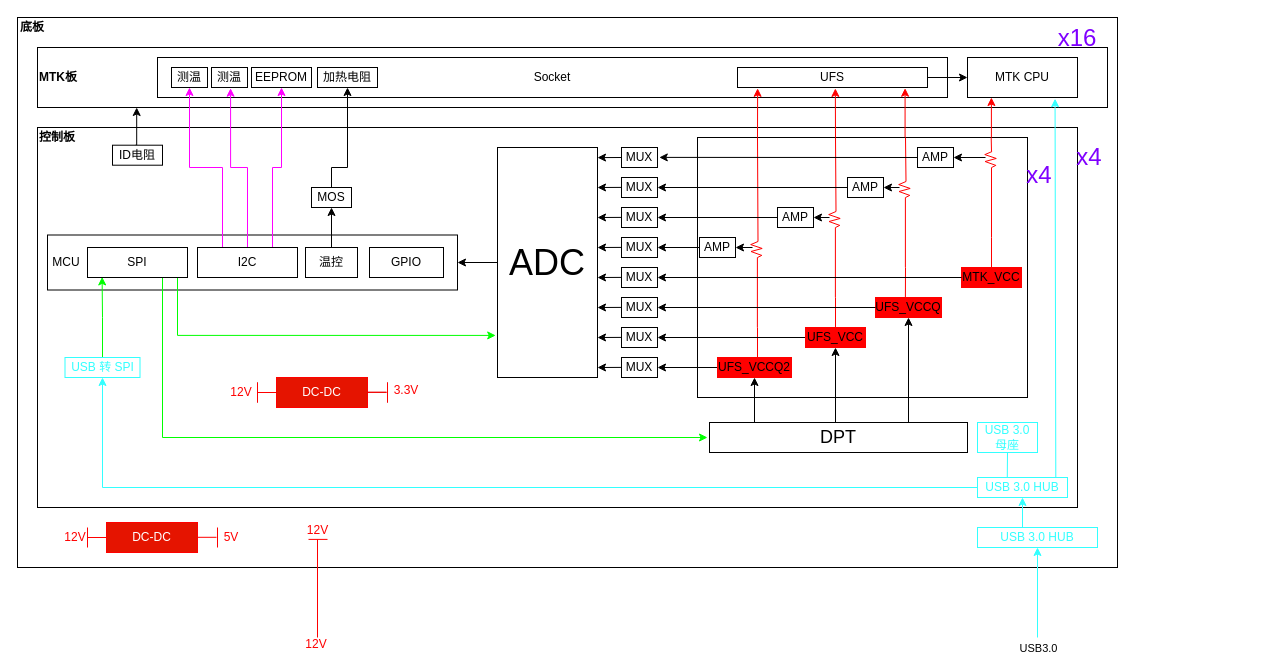
Above: draw.io/Untitled Diagram.drawio in 8f67ded9/draw.io (draw.io), before the change. Source tidied: cells renumbered, new cells numbered last; positions are measured from the earlier drawing's top-left corner, leaving out a move shared by most shapes. Both pictures are drawn from the tidied source at 100%, with x=0, y=0 at pixel (17, 17).
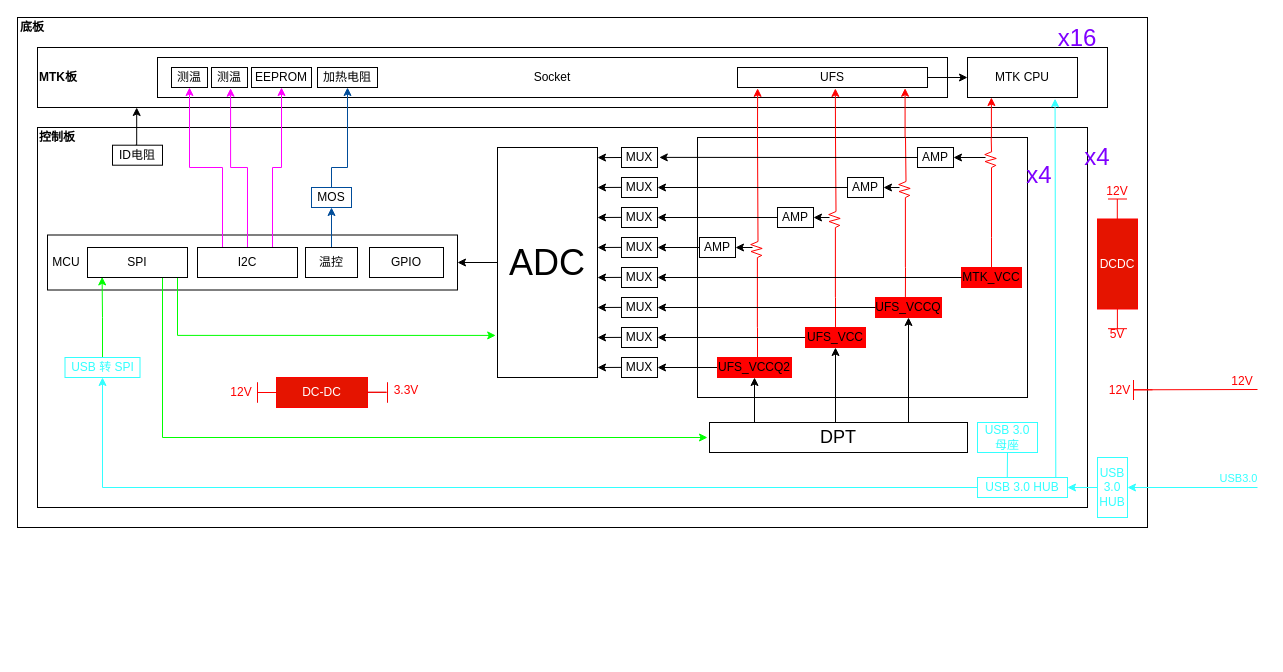
The same page after the edit.

Unchanged cells that the change refers to:
```xml
<mxCell id="12" value="加热电阻" style="rounded=0;whiteSpace=wrap;html=1;" parent="1" vertex="1">
  <mxGeometry x="300" y="50" width="60" height="20" as="geometry" />
</mxCell>
<mxCell id="70" value="USB 3.0 HUB" style="rounded=0;whiteSpace=wrap;html=1;strokeColor=#33FFFF;fontColor=#33FFFF;" parent="1" vertex="1">
  <mxGeometry x="960" y="460" width="90" height="20" as="geometry" />
</mxCell>
<mxCell id="94" value="温控" style="rounded=0;whiteSpace=wrap;html=1;" parent="1" vertex="1">
  <mxGeometry x="288" y="230" width="52" height="30" as="geometry" />
</mxCell>
```

The edit, as a diff of the source:
```diff
@@
     <mxCell id="3" style="rounded=0;whiteSpace=wrap;html=1;fontColor=#000000;align=left;" parent="1" vertex="1">
-      <mxGeometry width="1100" height="550" as="geometry" />
+      <mxGeometry width="1130" height="510" as="geometry" />
     </mxCell>
     <mxCell id="4" style="rounded=0;whiteSpace=wrap;html=1;fontColor=#FF0000;align=left;" parent="1" vertex="1">
-      <mxGeometry x="20" y="110" width="1040" height="380" as="geometry" />
+      <mxGeometry x="20" y="110" width="1050" height="380" as="geometry" />
     </mxCell>
@@
-    <mxCell id="93" style="edgeStyle=none;rounded=0;jettySize=auto;html=1;exitX=0.5;exitY=0;exitDx=0;exitDy=0;entryX=0.5;entryY=1;entryDx=0;entryDy=0;" parent="1" edge="1" source="94" target="96">
+    <mxCell id="93" style="edgeStyle=none;rounded=0;jettySize=auto;html=1;exitX=0.5;exitY=0;exitDx=0;exitDy=0;entryX=0.5;entryY=1;entryDx=0;entryDy=0;strokeColor=#004C99;" parent="1" edge="1" source="94" target="96">
       <mxGeometry relative="1" as="geometry" />
     </mxCell>
@@
-    <mxCell id="95" style="edgeStyle=none;rounded=0;jettySize=auto;html=1;exitX=0.5;exitY=0;exitDx=0;exitDy=0;entryX=0.5;entryY=1;entryDx=0;entryDy=0;" parent="1" edge="1" source="96" target="12">
+    <mxCell id="95" style="edgeStyle=none;rounded=0;jettySize=auto;html=1;exitX=0.5;exitY=0;exitDx=0;exitDy=0;entryX=0.5;entryY=1;entryDx=0;entryDy=0;strokeColor=#004C99;" parent="1" edge="1" source="96" target="12">
       <mxGeometry relative="1" as="geometry">
         <Array as="points">
           <mxPoint x="314" y="150" />
           <mxPoint x="330" y="150" />
         </Array>
       </mxGeometry>
     </mxCell>
-    <mxCell id="96" value="MOS" style="rounded=0;whiteSpace=wrap;html=1;" parent="1" vertex="1">
+    <mxCell id="96" value="MOS" style="rounded=0;whiteSpace=wrap;html=1;strokeColor=#004C99;" parent="1" vertex="1">
       <mxGeometry x="294" y="170" width="40" height="20" as="geometry" />
     </mxCell>
@@
-    <mxCell id="114" style="endArrow=classic;html=1;entryX=0.5;entryY=1;entryDx=0;entryDy=0;strokeColor=#33FFFF;fontColor=#33FFFF;" parent="1" edge="1">
+    <mxCell id="114" style="endArrow=classic;html=1;entryX=1;entryY=0.5;entryDx=0;entryDy=0;strokeColor=#33FFFF;fontColor=#33FFFF;" parent="1" edge="1" target="117">
       <mxGeometry relative="1" as="geometry">
-        <mxPoint x="1020" y="620" as="sourcePoint" />
-        <mxPoint x="1020" y="530" as="targetPoint" />
+        <mxPoint x="1240" y="470" as="sourcePoint" />
       </mxGeometry>
     </mxCell>
-    <mxCell id="115" value="USB3.0" style="edgeLabel;html=1;align=center;verticalAlign=middle;" parent="114" vertex="1">
+    <mxCell id="115" value="USB3.0" style="edgeLabel;html=1;align=center;verticalAlign=middle;fontColor=#33FFFF;" parent="114" vertex="1">
       <mxGeometry x="0.18" y="-1" relative="1" as="geometry">
-        <mxPoint x="-1" y="63" as="offset" />
+        <mxPoint x="57" y="-9" as="offset" />
       </mxGeometry>
     </mxCell>
-    <mxCell id="116" style="edgeStyle=orthogonalEdgeStyle;rounded=0;jettySize=auto;html=1;exitX=0.5;exitY=0;exitDx=0;exitDy=0;entryX=0.5;entryY=1;entryDx=0;entryDy=0;strokeColor=#33FFFF;fontColor=#33FFFF;" parent="1" edge="1" source="117" target="70">
-      <mxGeometry relative="1" as="geometry">
-        <Array as="points">
-          <mxPoint x="1020" y="510" />
-        </Array>
-      </mxGeometry>
+    <mxCell id="116" style="edgeStyle=orthogonalEdgeStyle;rounded=0;jettySize=auto;html=1;exitX=0;exitY=0.5;exitDx=0;exitDy=0;entryX=1;entryY=0.5;entryDx=0;entryDy=0;fontColor=#33FFFF;strokeColor=#33FFFF;" parent="1" edge="1" source="117" target="70">
+      <mxGeometry relative="1" as="geometry" />
     </mxCell>
-    <mxCell id="117" value="USB 3.0 HUB" style="rounded=0;whiteSpace=wrap;html=1;strokeColor=#33FFFF;fontColor=#33FFFF;" parent="1" vertex="1">
-      <mxGeometry x="960" y="510" width="120" height="20" as="geometry" />
+    <mxCell id="117" value="USB&lt;br&gt;3.0&lt;br&gt;HUB" style="rounded=0;whiteSpace=wrap;html=1;strokeColor=#33FFFF;fontColor=#33FFFF;" parent="1" vertex="1">
+      <mxGeometry x="1080" y="440" width="30" height="60" as="geometry" />
     </mxCell>
@@
-    <mxCell id="125" value="DC-DC" style="rounded=0;whiteSpace=wrap;html=1;fillColor=#e51400;fontColor=#ffffff;strokeColor=#FF0000;" parent="1" vertex="1">
-      <mxGeometry x="89" y="505" width="91" height="30" as="geometry" />
-    </mxCell>
-    <mxCell id="126" style="endArrow=none;html=1;fillColor=#e51400;strokeColor=#FF0000;" parent="1" edge="1">
-      <mxGeometry relative="1" as="geometry">
-        <mxPoint x="70" y="530" as="sourcePoint" />
-        <mxPoint x="70" y="510" as="targetPoint" />
-      </mxGeometry>
-    </mxCell>
-    <mxCell id="127" style="endArrow=none;html=1;exitX=0;exitY=0.5;exitDx=0;exitDy=0;fillColor=#e51400;strokeColor=#FF0000;" parent="1" edge="1" source="125">
-      <mxGeometry relative="1" as="geometry">
-        <mxPoint x="70" y="520" as="targetPoint" />
-      </mxGeometry>
-    </mxCell>
-    <mxCell id="128" value="12V" style="text;html=1;strokeColor=none;fillColor=none;align=center;verticalAlign=middle;whiteSpace=wrap;rounded=0;fontColor=#FF0000;" parent="1" vertex="1">
-      <mxGeometry x="47.5" y="510" width="20" height="20" as="geometry" />
-    </mxCell>
-    <mxCell id="129" value="5V" style="text;html=1;strokeColor=none;fillColor=none;align=center;verticalAlign=middle;whiteSpace=wrap;rounded=0;fontColor=#FF0000;" parent="1" vertex="1">
-      <mxGeometry x="198" y="510" width="32" height="20" as="geometry" />
-    </mxCell>
-    <mxCell id="130" style="endArrow=none;html=1;exitX=0;exitY=0.5;exitDx=0;exitDy=0;fillColor=#e51400;strokeColor=#FF0000;" parent="1" edge="1">
-      <mxGeometry relative="1" as="geometry">
-        <mxPoint x="199" y="519.8" as="sourcePoint" />
-        <mxPoint x="180" y="519.8" as="targetPoint" />
-      </mxGeometry>
-    </mxCell>
-    <mxCell id="131" style="endArrow=none;html=1;fillColor=#e51400;strokeColor=#FF0000;" parent="1" edge="1">
-      <mxGeometry relative="1" as="geometry">
-        <mxPoint x="200" y="530" as="sourcePoint" />
-        <mxPoint x="200" y="510" as="targetPoint" />
-      </mxGeometry>
-    </mxCell>
@@
-    <mxCell id="134" style="endArrow=none;html=1;fontColor=#000000;fillColor=#e51400;strokeColor=#FF0000;" parent="1" edge="1">
-      <mxGeometry relative="1" as="geometry">
-        <mxPoint x="300" y="522" as="sourcePoint" />
-        <mxPoint x="300" y="620" as="targetPoint" />
-      </mxGeometry>
-    </mxCell>
     <mxCell id="135" style="endArrow=none;html=1;exitX=0;exitY=0.5;exitDx=0;exitDy=0;fillColor=#e51400;strokeColor=#FF0000;" parent="1" edge="1">
       <mxGeometry relative="1" as="geometry">
-        <mxPoint x="310" y="521.9" as="sourcePoint" />
-        <mxPoint x="291" y="521.9" as="targetPoint" />
+        <mxPoint x="1135" y="372.3" as="sourcePoint" />
+        <mxPoint x="1116" y="372.3" as="targetPoint" />
       </mxGeometry>
     </mxCell>
     <mxCell id="136" value="12V" style="text;html=1;strokeColor=none;fillColor=none;align=center;verticalAlign=middle;whiteSpace=wrap;rounded=0;fontColor=#FF0000;" parent="1" vertex="1">
-      <mxGeometry x="288" y="505" width="25" height="15" as="geometry" />
+      <mxGeometry x="1090" y="365" width="25" height="15" as="geometry" />
     </mxCell>
     <mxCell id="137" value="12V" style="text;html=1;strokeColor=none;fillColor=none;align=center;verticalAlign=middle;whiteSpace=wrap;rounded=0;fontColor=#FF0000;" parent="1" vertex="1">
-      <mxGeometry x="284" y="617" width="30" height="20" as="geometry" />
+      <mxGeometry x="1210" y="354" width="30" height="20" as="geometry" />
     </mxCell>
@@
     <mxCell id="140" value="&lt;font color=&quot;#7f00ff&quot; style=&quot;font-size: 24px&quot;&gt;x4&lt;/font&gt;" style="text;html=1;strokeColor=none;fillColor=none;align=center;verticalAlign=middle;whiteSpace=wrap;rounded=0;fontColor=#33FFFF;" parent="1" vertex="1">
-      <mxGeometry x="1052" y="130" width="40" height="20" as="geometry" />
+      <mxGeometry x="1060" y="130" width="40" height="20" as="geometry" />
     </mxCell>
@@
+    <mxCell id="147" value="DCDC" style="rounded=0;whiteSpace=wrap;html=1;fillColor=#e51400;fontColor=#ffffff;strokeColor=#FF0000;" parent="1" vertex="1">
+      <mxGeometry x="1080" y="201.5" width="40" height="90" as="geometry" />
+    </mxCell>
+    <mxCell id="148" style="endArrow=none;html=1;fillColor=#e51400;strokeColor=#FF0000;" parent="1" edge="1">
+      <mxGeometry relative="1" as="geometry">
+        <mxPoint x="1099.8" y="201.5" as="sourcePoint" />
+        <mxPoint x="1099.8" y="181.5" as="targetPoint" />
+      </mxGeometry>
+    </mxCell>
+    <mxCell id="128" value="12V" style="text;html=1;strokeColor=none;fillColor=none;align=center;verticalAlign=middle;whiteSpace=wrap;rounded=0;fontColor=#FF0000;" parent="1" vertex="1">
+      <mxGeometry x="1090" y="163.5" width="20" height="20" as="geometry" />
+    </mxCell>
+    <mxCell id="129" value="5V" style="text;html=1;strokeColor=none;fillColor=none;align=center;verticalAlign=middle;whiteSpace=wrap;rounded=0;fontColor=#FF0000;" parent="1" vertex="1">
+      <mxGeometry x="1084" y="306.5" width="32" height="20" as="geometry" />
+    </mxCell>
+    <mxCell id="149" style="endArrow=none;html=1;exitX=0;exitY=0.5;exitDx=0;exitDy=0;fillColor=#e51400;strokeColor=#FF0000;" parent="1" edge="1">
+      <mxGeometry relative="1" as="geometry">
+        <mxPoint x="1109.5" y="181.5" as="sourcePoint" />
+        <mxPoint x="1090.5" y="181.5" as="targetPoint" />
+      </mxGeometry>
+    </mxCell>
+    <mxCell id="150" style="endArrow=none;html=1;fillColor=#e51400;strokeColor=#FF0000;" parent="1" edge="1">
+      <mxGeometry relative="1" as="geometry">
+        <mxPoint x="1099.9" y="311.5" as="sourcePoint" />
+        <mxPoint x="1099.9" y="291.5" as="targetPoint" />
+      </mxGeometry>
+    </mxCell>
+    <mxCell id="151" style="endArrow=none;html=1;exitX=0;exitY=0.5;exitDx=0;exitDy=0;fillColor=#e51400;strokeColor=#FF0000;" parent="1" edge="1">
+      <mxGeometry relative="1" as="geometry">
+        <mxPoint x="1109.5" y="311.2" as="sourcePoint" />
+        <mxPoint x="1090.5" y="311.2" as="targetPoint" />
+      </mxGeometry>
+    </mxCell>
+    <mxCell id="152" style="endArrow=none;html=1;fillColor=#e51400;strokeColor=#FF0000;" parent="1" edge="1">
+      <mxGeometry relative="1" as="geometry">
+        <mxPoint x="1116" y="382.5" as="sourcePoint" />
+        <mxPoint x="1116" y="362.5" as="targetPoint" />
+      </mxGeometry>
+    </mxCell>
+    <mxCell id="153" style="endArrow=none;html=1;fillColor=#e51400;strokeColor=#FF0000;" parent="1" edge="1">
+      <mxGeometry relative="1" as="geometry">
+        <mxPoint x="1240" y="372" as="sourcePoint" />
+        <mxPoint x="1116" y="372.3" as="targetPoint" />
+      </mxGeometry>
+    </mxCell>
```
